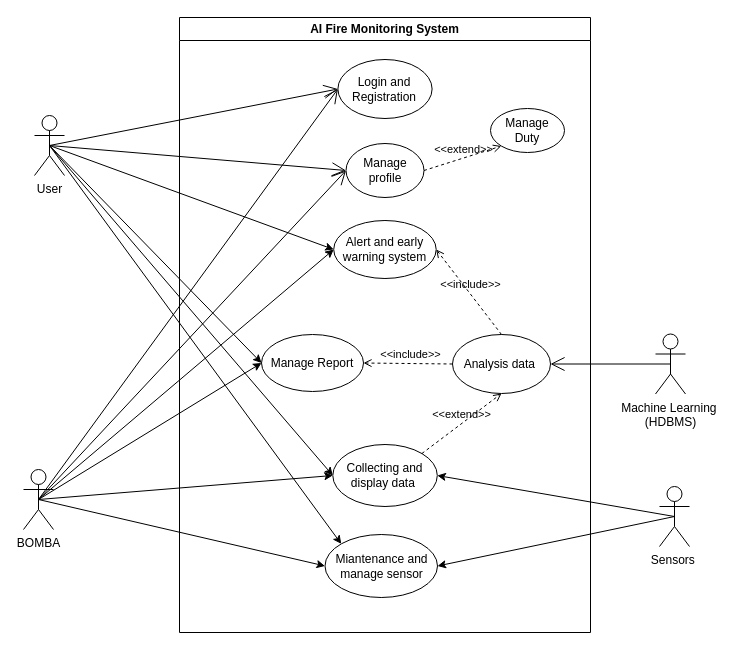
Above: page "Use case" (2 of 21) of doc/PSM.drawio in SNFASA/AI-Fire-Monitoring-System (draw.io), before the change. Source tidied: cells renumbered, new cells numbered last; positions are measured from the earlier drawing's top-left corner, leaving out a move shared by most shapes. Both pictures are drawn from the tidied source at 100%, with x=0, y=0 at pixel (23, 17).
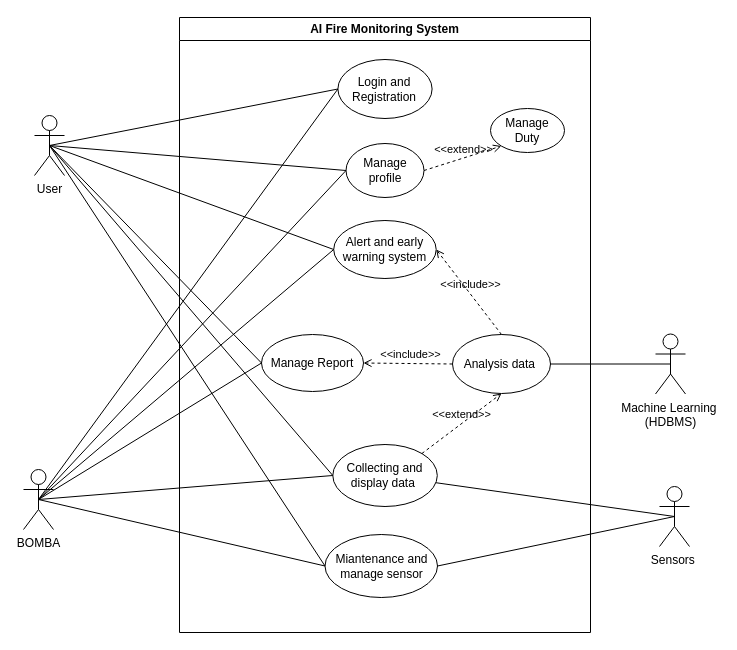
Above is the later version.

Unchanged cells that the change refers to:
```xml
<mxCell id="3" value="Login and Registration" style="ellipse;whiteSpace=wrap;html=1;" parent="2" vertex="1">
  <mxGeometry x="158.4" y="42" width="94.2" height="59" as="geometry" />
</mxCell>
<mxCell id="4" value="Collecting and display data&amp;nbsp;" style="ellipse;whiteSpace=wrap;html=1;" parent="2" vertex="1">
  <mxGeometry x="153.3" y="427" width="104.5" height="62" as="geometry" />
</mxCell>
<mxCell id="5" value="Analysis data&amp;nbsp;" style="ellipse;whiteSpace=wrap;html=1;" parent="2" vertex="1">
  <mxGeometry x="273" y="317" width="98" height="59" as="geometry" />
</mxCell>
<mxCell id="6" value="Alert and early warning system" style="ellipse;whiteSpace=wrap;html=1;" parent="2" vertex="1">
  <mxGeometry x="154.2" y="203" width="102.5" height="58" as="geometry" />
</mxCell>
<mxCell id="7" value="Manage Report" style="ellipse;whiteSpace=wrap;html=1;" parent="2" vertex="1">
  <mxGeometry x="82" y="317" width="102" height="57" as="geometry" />
</mxCell>
<mxCell id="8" value="Miantenance and manage sensor" style="ellipse;whiteSpace=wrap;html=1;" parent="2" vertex="1">
  <mxGeometry x="145.5" y="517" width="112.5" height="63" as="geometry" />
</mxCell>
<mxCell id="12" value="Manage profile" style="ellipse;whiteSpace=wrap;html=1;" parent="2" vertex="1">
  <mxGeometry x="166.5" y="126" width="78" height="54" as="geometry" />
</mxCell>
<mxCell id="15" value="User" style="shape=umlActor;verticalLabelPosition=bottom;verticalAlign=top;html=1;outlineConnect=0;" parent="1" vertex="1">
  <mxGeometry x="11" y="98" width="30" height="60" as="geometry" />
</mxCell>
<mxCell id="16" value="BOMBA" style="shape=umlActor;verticalLabelPosition=bottom;verticalAlign=top;html=1;outlineConnect=0;" parent="1" vertex="1">
  <mxGeometry y="452" width="30" height="60" as="geometry" />
</mxCell>
<mxCell id="17" value="Sensors&amp;nbsp;" style="shape=umlActor;verticalLabelPosition=bottom;verticalAlign=top;html=1;outlineConnect=0;" parent="1" vertex="1">
  <mxGeometry x="636" y="469" width="30" height="60" as="geometry" />
</mxCell>
<mxCell id="18" value="Machine Learning&amp;nbsp;&lt;div&gt;(HDBMS)&lt;/div&gt;" style="shape=umlActor;verticalLabelPosition=bottom;verticalAlign=top;html=1;outlineConnect=0;" parent="1" vertex="1">
  <mxGeometry x="632" y="316.5" width="30" height="60" as="geometry" />
</mxCell>
```

What changed in the source:
```diff
@@
-    <mxCell id="19" style="endArrow=classic;html=1;rounded=0;entryX=1;entryY=0.5;entryDx=0;entryDy=0;exitX=0.5;exitY=0.5;exitDx=0;exitDy=0;exitPerimeter=0;" parent="1" edge="1" source="17" target="4">
-      <mxGeometry relative="1" as="geometry" />
-    </mxCell>
-    <mxCell id="20" style="endArrow=open;endFill=1;endSize=12;html=1;rounded=0;strokeColor=default;align=center;verticalAlign=middle;fontFamily=Helvetica;fontSize=11;fontColor=default;labelBackgroundColor=default;exitX=0.5;exitY=0.5;exitDx=0;exitDy=0;exitPerimeter=0;entryX=1;entryY=0.5;entryDx=0;entryDy=0;" parent="1" edge="1" source="18" target="5">
-      <mxGeometry relative="1" as="geometry" />
-    </mxCell>
-    <mxCell id="21" style="endArrow=open;endFill=1;endSize=12;html=1;rounded=0;strokeColor=default;align=center;verticalAlign=middle;fontFamily=Helvetica;fontSize=11;fontColor=default;labelBackgroundColor=default;exitX=0.5;exitY=0.5;exitDx=0;exitDy=0;exitPerimeter=0;entryX=0;entryY=0.5;entryDx=0;entryDy=0;" parent="1" edge="1" source="15" target="3">
-      <mxGeometry relative="1" as="geometry" />
-    </mxCell>
-    <mxCell id="22" style="endArrow=open;endFill=1;endSize=12;html=1;rounded=0;strokeColor=default;align=center;verticalAlign=middle;fontFamily=Helvetica;fontSize=11;fontColor=default;labelBackgroundColor=default;exitX=0.5;exitY=0.5;exitDx=0;exitDy=0;exitPerimeter=0;entryX=0;entryY=0.5;entryDx=0;entryDy=0;" parent="1" edge="1" source="16" target="3">
-      <mxGeometry relative="1" as="geometry" />
-    </mxCell>
-    <mxCell id="23" style="endArrow=classic;html=1;rounded=0;exitX=0.5;exitY=0.5;exitDx=0;exitDy=0;entryX=0;entryY=0.5;entryDx=0;entryDy=0;exitPerimeter=0;" parent="1" edge="1" source="15" target="6">
-      <mxGeometry relative="1" as="geometry" />
-    </mxCell>
-    <mxCell id="24" style="endArrow=classic;html=1;rounded=0;exitX=0.5;exitY=0.5;exitDx=0;exitDy=0;entryX=0;entryY=0;entryDx=0;entryDy=0;exitPerimeter=0;" parent="1" edge="1" source="15" target="8">
-      <mxGeometry relative="1" as="geometry" />
-    </mxCell>
-    <mxCell id="25" style="endArrow=classic;html=1;rounded=0;exitX=0.5;exitY=0.5;exitDx=0;exitDy=0;entryX=0;entryY=0.5;entryDx=0;entryDy=0;exitPerimeter=0;" parent="1" edge="1" source="16" target="7">
-      <mxGeometry relative="1" as="geometry" />
-    </mxCell>
-    <mxCell id="26" style="endArrow=classic;html=1;rounded=0;exitX=0.5;exitY=0.5;exitDx=0;exitDy=0;entryX=0;entryY=0.5;entryDx=0;entryDy=0;exitPerimeter=0;" parent="1" edge="1" source="16" target="8">
-      <mxGeometry relative="1" as="geometry" />
-    </mxCell>
-    <mxCell id="27" style="endArrow=classic;html=1;rounded=0;exitX=0.5;exitY=0.5;exitDx=0;exitDy=0;entryX=0;entryY=0.5;entryDx=0;entryDy=0;exitPerimeter=0;" parent="1" edge="1" source="16" target="6">
-      <mxGeometry relative="1" as="geometry" />
-    </mxCell>
-    <mxCell id="28" style="endArrow=classic;html=1;rounded=0;exitX=0.5;exitY=0.5;exitDx=0;exitDy=0;entryX=0;entryY=0.5;entryDx=0;entryDy=0;exitPerimeter=0;" parent="1" edge="1" source="15" target="7">
-      <mxGeometry relative="1" as="geometry" />
-    </mxCell>
-    <mxCell id="29" style="endArrow=classic;html=1;rounded=0;entryX=1;entryY=0.5;entryDx=0;entryDy=0;exitX=0.5;exitY=0.5;exitDx=0;exitDy=0;exitPerimeter=0;" parent="1" edge="1" source="17" target="8">
-      <mxGeometry relative="1" as="geometry" />
-    </mxCell>
-    <mxCell id="30" style="endArrow=classic;html=1;rounded=0;exitX=0.5;exitY=0.5;exitDx=0;exitDy=0;entryX=0;entryY=0.5;entryDx=0;entryDy=0;exitPerimeter=0;" parent="1" edge="1" source="15" target="4">
-      <mxGeometry relative="1" as="geometry" />
-    </mxCell>
-    <mxCell id="31" style="endArrow=classic;html=1;rounded=0;entryX=0;entryY=0.5;entryDx=0;entryDy=0;exitX=0.5;exitY=0.5;exitDx=0;exitDy=0;exitPerimeter=0;" parent="1" edge="1" source="16" target="4">
-      <mxGeometry relative="1" as="geometry" />
-    </mxCell>
-    <mxCell id="32" style="endArrow=open;endFill=1;endSize=12;html=1;rounded=0;strokeColor=default;align=center;verticalAlign=middle;fontFamily=Helvetica;fontSize=11;fontColor=default;labelBackgroundColor=default;exitX=0.5;exitY=0.5;exitDx=0;exitDy=0;exitPerimeter=0;entryX=0;entryY=0.5;entryDx=0;entryDy=0;" parent="1" edge="1" source="15" target="12">
-      <mxGeometry relative="1" as="geometry" />
-    </mxCell>
-    <mxCell id="33" style="endArrow=open;endFill=1;endSize=12;html=1;rounded=0;strokeColor=default;align=center;verticalAlign=middle;fontFamily=Helvetica;fontSize=11;fontColor=default;labelBackgroundColor=default;exitX=0.5;exitY=0.5;exitDx=0;exitDy=0;exitPerimeter=0;entryX=0;entryY=0.5;entryDx=0;entryDy=0;" parent="1" edge="1" source="16" target="12">
-      <mxGeometry relative="1" as="geometry" />
-    </mxCell>
+    <mxCell id="34" style="endArrow=none;html=1;rounded=0;exitX=1;exitY=0.5;exitDx=0;exitDy=0;entryX=0.5;entryY=0.5;entryDx=0;entryDy=0;entryPerimeter=0;" parent="1" edge="1" source="5" target="18">
+      <mxGeometry relative="1" as="geometry" />
+    </mxCell>
+    <mxCell id="35" style="endArrow=none;html=1;rounded=0;entryX=0.5;entryY=0.5;entryDx=0;entryDy=0;entryPerimeter=0;exitX=0;exitY=0.5;exitDx=0;exitDy=0;" parent="1" edge="1" source="3" target="15">
+      <mxGeometry relative="1" as="geometry" />
+    </mxCell>
+    <mxCell id="36" style="endArrow=none;html=1;rounded=0;entryX=0.5;entryY=0.5;entryDx=0;entryDy=0;entryPerimeter=0;exitX=0;exitY=0.5;exitDx=0;exitDy=0;" parent="1" edge="1" source="12" target="15">
+      <mxGeometry relative="1" as="geometry" />
+    </mxCell>
+    <mxCell id="37" style="endArrow=none;html=1;rounded=0;entryX=0.5;entryY=0.5;entryDx=0;entryDy=0;entryPerimeter=0;exitX=0;exitY=0.5;exitDx=0;exitDy=0;" parent="1" edge="1" source="6" target="15">
+      <mxGeometry relative="1" as="geometry" />
+    </mxCell>
+    <mxCell id="38" style="endArrow=none;html=1;rounded=0;entryX=0.5;entryY=0.5;entryDx=0;entryDy=0;entryPerimeter=0;exitX=0;exitY=0.5;exitDx=0;exitDy=0;" parent="1" edge="1" source="7" target="15">
+      <mxGeometry relative="1" as="geometry" />
+    </mxCell>
+    <mxCell id="39" style="endArrow=none;html=1;rounded=0;entryX=0.5;entryY=0.5;entryDx=0;entryDy=0;entryPerimeter=0;exitX=0;exitY=0.5;exitDx=0;exitDy=0;" parent="1" edge="1" source="4" target="15">
+      <mxGeometry relative="1" as="geometry" />
+    </mxCell>
+    <mxCell id="40" style="endArrow=none;html=1;rounded=0;exitX=0;exitY=0.5;exitDx=0;exitDy=0;entryX=0.5;entryY=0.5;entryDx=0;entryDy=0;entryPerimeter=0;" parent="1" edge="1" source="8" target="15">
+      <mxGeometry relative="1" as="geometry" />
+    </mxCell>
+    <mxCell id="41" style="endArrow=none;html=1;rounded=0;exitX=0;exitY=0.5;exitDx=0;exitDy=0;entryX=0.5;entryY=0.5;entryDx=0;entryDy=0;entryPerimeter=0;" parent="1" edge="1" source="8" target="16">
+      <mxGeometry relative="1" as="geometry" />
+    </mxCell>
+    <mxCell id="42" style="endArrow=none;html=1;rounded=0;exitX=0;exitY=0.5;exitDx=0;exitDy=0;entryX=0.5;entryY=0.5;entryDx=0;entryDy=0;entryPerimeter=0;" parent="1" edge="1" source="4" target="16">
+      <mxGeometry relative="1" as="geometry" />
+    </mxCell>
+    <mxCell id="43" style="endArrow=none;html=1;rounded=0;exitX=0;exitY=0.5;exitDx=0;exitDy=0;entryX=0.5;entryY=0.5;entryDx=0;entryDy=0;entryPerimeter=0;" parent="1" edge="1" source="7" target="16">
+      <mxGeometry relative="1" as="geometry" />
+    </mxCell>
+    <mxCell id="44" style="endArrow=none;html=1;rounded=0;exitX=0;exitY=0.5;exitDx=0;exitDy=0;entryX=0.5;entryY=0.5;entryDx=0;entryDy=0;entryPerimeter=0;" parent="1" edge="1" source="6" target="16">
+      <mxGeometry relative="1" as="geometry" />
+    </mxCell>
+    <mxCell id="45" style="endArrow=none;html=1;rounded=0;exitX=0;exitY=0.5;exitDx=0;exitDy=0;entryX=0.5;entryY=0.5;entryDx=0;entryDy=0;entryPerimeter=0;" parent="1" edge="1" source="12" target="16">
+      <mxGeometry relative="1" as="geometry" />
+    </mxCell>
+    <mxCell id="46" style="endArrow=none;html=1;rounded=0;exitX=0;exitY=0.5;exitDx=0;exitDy=0;entryX=0.5;entryY=0.5;entryDx=0;entryDy=0;entryPerimeter=0;" parent="1" edge="1" source="3" target="16">
+      <mxGeometry relative="1" as="geometry" />
+    </mxCell>
+    <mxCell id="47" style="endArrow=none;html=1;rounded=0;exitX=1;exitY=0.5;exitDx=0;exitDy=0;entryX=0.5;entryY=0.5;entryDx=0;entryDy=0;entryPerimeter=0;" parent="1" edge="1" source="8" target="17">
+      <mxGeometry relative="1" as="geometry" />
+    </mxCell>
+    <mxCell id="48" style="endArrow=none;html=1;rounded=0;entryX=0.5;entryY=0.5;entryDx=0;entryDy=0;entryPerimeter=0;" parent="1" edge="1" source="4" target="17">
+      <mxGeometry relative="1" as="geometry" />
+    </mxCell>
```
